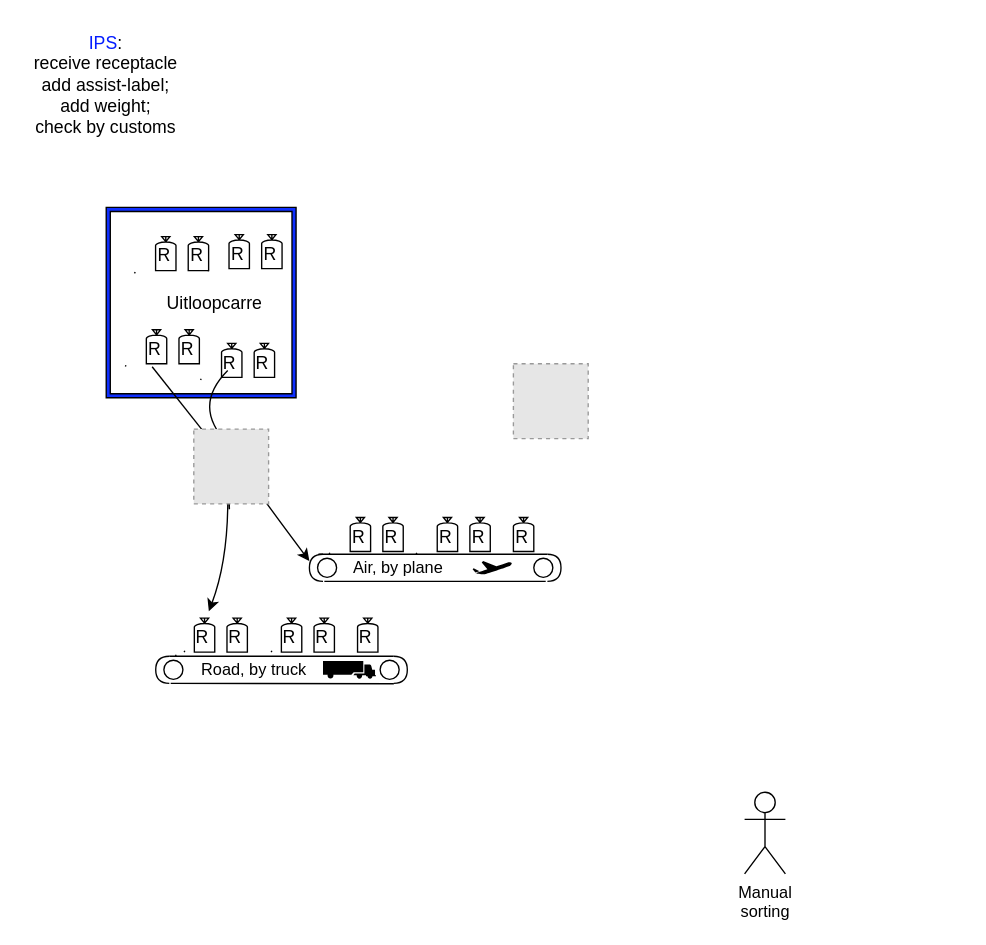
Before: Untitled Diagram.drawio in TimvanSteenbergen/drawio, a draw.io diagram. Source tidied: cells renumbered, new cells numbered last; positions are measured from the earlier drawing's top-left corner, leaving out a move shared by most shapes. Both pictures are drawn from the tidied source at 136%, with x=0, y=0 at pixel (23, 23). Pictures stored in the file or linked from it are replaced by grey dashed boxes.
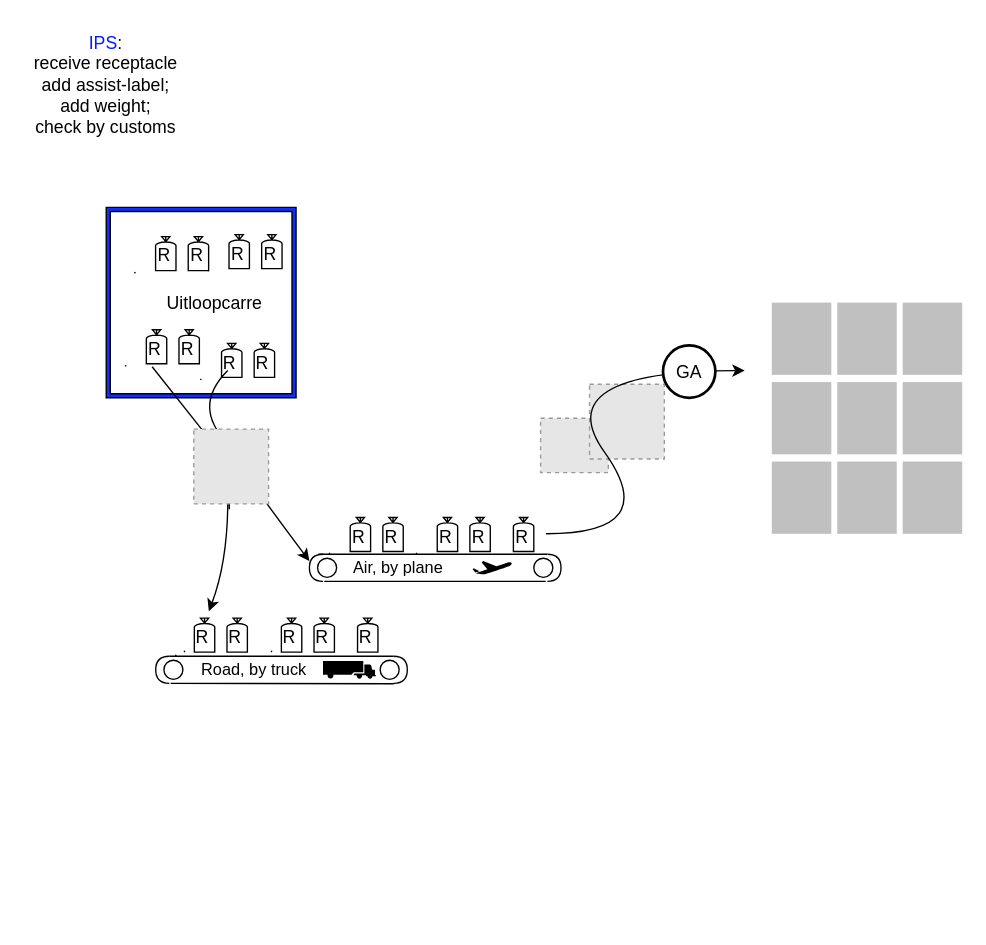
The same diagram, later.

What changed in the source:
```diff
@@
-    <mxCell id="2" value="&lt;div&gt;Manual&lt;/div&gt;&lt;div&gt;sorting&lt;/div&gt;" style="shape=umlActor;verticalLabelPosition=bottom;verticalAlign=top;html=1;" parent="1" vertex="1">
-      <mxGeometry x="530" y="565" width="30" height="60" as="geometry" />
-    </mxCell>
@@
+    <mxCell id="88" style="fillColor=#E6E6E6;strokeColor=#999999;dashed=1;verticalLabelPosition=bottom;labelBackgroundColor=default;verticalAlign=top;" parent="1" vertex="1">
+      <mxGeometry x="380" y="290" width="49.8" height="40" as="geometry" />
+    </mxCell>
     <mxCell id="87" style="fillColor=#E6E6E6;strokeColor=#999999;dashed=1;html=1;verticalAlign=top;verticalLabelPosition=bottom;labelBackgroundColor=#ffffff;fontFamily=Helvetica;fontSize=13;fontColor=#000000;" parent="1" vertex="1">
-      <mxGeometry x="360" y="250" width="55" height="55" as="geometry" />
+      <mxGeometry x="416" y="265" width="55" height="55" as="geometry" />
     </mxCell>
+    <mxCell id="89" style="curved=1;endArrow=classic;html=1;rounded=0;fontFamily=Helvetica;fontSize=13;fontColor=#000000;" parent="1" edge="1">
+      <mxGeometry relative="1" as="geometry">
+        <mxPoint x="384" y="375" as="sourcePoint" />
+        <mxPoint x="530" y="255" as="targetPoint" />
+        <Array as="points">
+          <mxPoint x="470" y="375" />
+          <mxPoint x="384" y="255" />
+        </Array>
+      </mxGeometry>
+    </mxCell>
+    <mxCell id="90" style="html=1;verticalLabelPosition=bottom;labelBackgroundColor=#ffffff;verticalAlign=top;shadow=0;dashed=0;strokeWidth=1;shape=mxgraph.ios7ui.iconGrid;fillColor=#c0c0c0;gridSize=3,3;sketch=0;fontFamily=Helvetica;fontSize=13;fontColor=#000000;" parent="1" vertex="1">
+      <mxGeometry x="550" y="205" width="140" height="170" as="geometry" />
+    </mxCell>
+    <mxCell id="91" value="GA" style="ellipse;whiteSpace=wrap;html=1;labelBackgroundColor=#ffffff;sketch=0;fontFamily=Helvetica;fontSize=13;fontColor=#000000;strokeColor=default;strokeWidth=2;fillColor=#FFFFFF;" parent="1" vertex="1">
+      <mxGeometry x="470" y="236.5" width="38.5" height="38.5" as="geometry" />
+    </mxCell>
```
